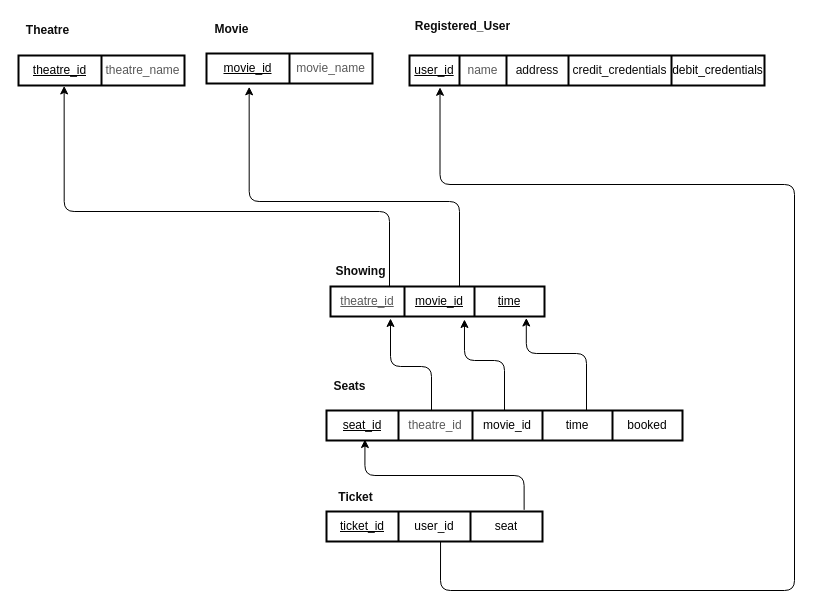
Above: DesignDocuments/Diagrams/DatabaseDiagrams/Relational_Diagram_Theatre_Database.drawio in folkg/movie-ticket-reservation-app (draw.io), before the change. Source tidied: cells renumbered, new cells numbered last; positions are measured from the earlier drawing's top-left corner, leaving out a move shared by most shapes. Both pictures are drawn from the tidied source at 100%, with x=0, y=0 at pixel (17, 17).
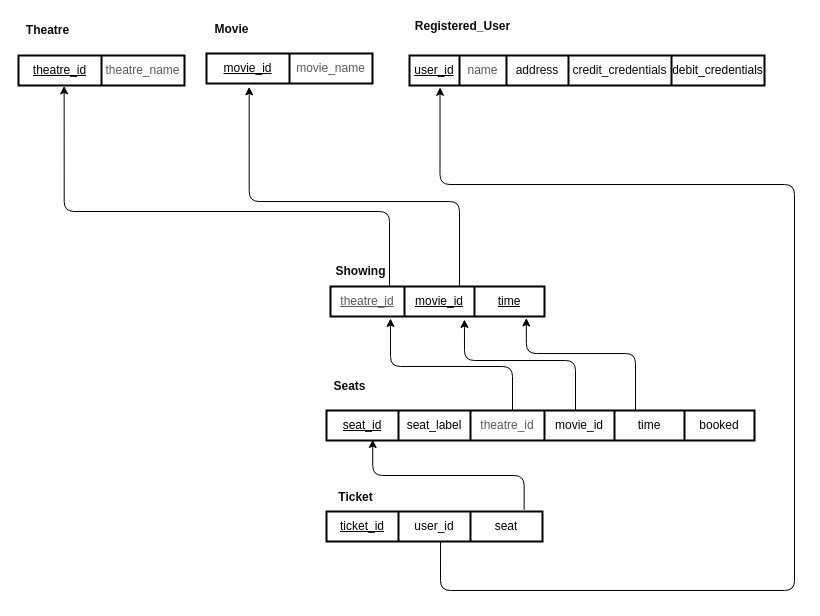
After the change.

Commit message (it also covers changes not shown here):
Complete SQL with demo tables loaded. Modified some diagrams to account for quirks in the SQL.

Unchanged cells that the change refers to:
```xml
<mxCell id="4" style="shape=tableRow;horizontal=0;startSize=0;swimlaneHead=0;swimlaneBody=0;top=0;left=0;bottom=0;right=0;fillColor=none;points=[[0,0.5],[1,0.5]];portConstraint=eastwest;strokeColor=#000000;strokeWidth=2;" parent="3" vertex="1">
  <mxGeometry width="214" height="30" as="geometry" />
</mxCell>
<mxCell id="11" style="shape=tableRow;horizontal=0;startSize=0;swimlaneHead=0;swimlaneBody=0;top=0;left=0;bottom=0;right=0;fillColor=none;points=[[0,0.5],[1,0.5]];portConstraint=eastwest;strokeColor=#000000;strokeWidth=2;" parent="10" vertex="1">
  <mxGeometry width="216" height="30" as="geometry" />
</mxCell>
<mxCell id="39" style="group;" parent="1" vertex="1">
  <mxGeometry x="309" y="360" width="286" height="63" as="geometry" />
</mxCell>
```

Change to the diagram source:
```diff
@@
     <mxCell id="42" style="shape=table;html=1;whiteSpace=wrap;startSize=0;childLayout=tableLayout;strokeColor=#000000;strokeWidth=2;fillColor=none;fontStyle=0;" parent="39" vertex="1">
-      <mxGeometry y="33" width="356" height="30" as="geometry" />
+      <mxGeometry y="33" width="428" height="30" as="geometry" />
     </mxCell>
     <mxCell id="43" style="shape=tableRow;horizontal=0;startSize=0;swimlaneHead=0;swimlaneBody=0;top=0;left=0;bottom=0;right=0;fillColor=none;points=[[0,0.5],[1,0.5]];portConstraint=eastwest;strokeColor=#000000;strokeWidth=2;fontStyle=0;" parent="42" vertex="1">
-      <mxGeometry width="356" height="30" as="geometry" />
+      <mxGeometry width="428" height="30" as="geometry" />
     </mxCell>
@@
+    <mxCell id="53" value="&lt;font color=&quot;#030303&quot;&gt;seat_label&lt;/font&gt;" style="shape=partialRectangle;html=1;whiteSpace=wrap;fillColor=none;top=0;left=0;bottom=0;right=0;overflow=hidden;strokeColor=#000000;strokeWidth=2;fontStyle=0;" parent="43" vertex="1">
+      <mxGeometry x="72" width="72" height="30" as="geometry" />
+    </mxCell>
     <mxCell id="45" value="&lt;font color=&quot;#595959&quot;&gt;theatre_id&lt;/font&gt;" style="shape=partialRectangle;html=1;whiteSpace=wrap;fillColor=none;top=0;left=0;bottom=0;right=0;overflow=hidden;strokeColor=#000000;strokeWidth=2;fontStyle=0;" parent="43" vertex="1">
-      <mxGeometry x="72" width="74" height="30" as="geometry" />
+      <mxGeometry x="144" width="74" height="30" as="geometry" />
     </mxCell>
     <mxCell id="46" value="&lt;font color=&quot;#030303&quot;&gt;movie_id&lt;/font&gt;" style="shape=partialRectangle;html=1;whiteSpace=wrap;fillColor=none;top=0;left=0;bottom=0;right=0;overflow=hidden;strokeColor=#000000;strokeWidth=2;fontStyle=0;" parent="43" vertex="1">
-      <mxGeometry x="146" width="70" height="30" as="geometry" />
+      <mxGeometry x="218" width="70" height="30" as="geometry" />
     </mxCell>
     <mxCell id="47" value="&lt;font color=&quot;#000000&quot;&gt;time&lt;/font&gt;" style="shape=partialRectangle;html=1;whiteSpace=wrap;fillColor=none;top=0;left=0;bottom=0;right=0;overflow=hidden;strokeColor=#000000;strokeWidth=2;fontStyle=0;" parent="43" vertex="1">
-      <mxGeometry x="216" width="70" height="30" as="geometry" />
+      <mxGeometry x="288" width="70" height="30" as="geometry" />
     </mxCell>
     <mxCell id="48" value="&lt;font color=&quot;#030303&quot;&gt;booked&lt;/font&gt;" style="shape=partialRectangle;html=1;whiteSpace=wrap;fillColor=none;top=0;left=0;bottom=0;right=0;overflow=hidden;strokeColor=#000000;strokeWidth=2;fontStyle=0;" parent="43" vertex="1">
-      <mxGeometry x="286" width="70" height="30" as="geometry" />
+      <mxGeometry x="358" width="70" height="30" as="geometry" />
     </mxCell>
     <mxCell id="49" style="edgeStyle=orthogonalEdgeStyle;html=1;entryX=0.108;entryY=0.967;entryDx=0;entryDy=0;entryPerimeter=0;fontColor=#030303;strokeColor=#000000;exitX=0.915;exitY=-0.055;exitDx=0;exitDy=0;exitPerimeter=0;" parent="1" edge="1" source="11" target="43">
       <mxGeometry relative="1" as="geometry">
         <Array as="points">
           <mxPoint x="507" y="458" />
-          <mxPoint x="347" y="458" />
+          <mxPoint x="355" y="458" />
         </Array>
       </mxGeometry>
     </mxCell>
     <mxCell id="50" style="edgeStyle=orthogonalEdgeStyle;html=1;fontColor=#030303;strokeColor=#000000;" parent="1" edge="1" source="42">
       <mxGeometry relative="1" as="geometry">
         <mxPoint x="373" y="301" as="targetPoint" />
         <Array as="points">
-          <mxPoint x="414" y="349" />
+          <mxPoint x="495" y="349" />
           <mxPoint x="373" y="349" />
         </Array>
       </mxGeometry>
     </mxCell>
     <mxCell id="51" style="edgeStyle=orthogonalEdgeStyle;html=1;fontColor=#030303;strokeColor=#000000;entryX=0.626;entryY=1.1;entryDx=0;entryDy=0;entryPerimeter=0;" parent="1" edge="1" source="42" target="4">
       <mxGeometry relative="1" as="geometry">
         <Array as="points">
-          <mxPoint x="487" y="343" />
+          <mxPoint x="558" y="343" />
           <mxPoint x="447" y="343" />
         </Array>
       </mxGeometry>
     </mxCell>
     <mxCell id="52" style="edgeStyle=orthogonalEdgeStyle;html=1;fontColor=#030303;strokeColor=#000000;entryX=0.915;entryY=1.05;entryDx=0;entryDy=0;entryPerimeter=0;" parent="1" edge="1" source="42" target="4">
       <mxGeometry relative="1" as="geometry">
         <Array as="points">
-          <mxPoint x="569" y="336" />
+          <mxPoint x="618" y="336" />
           <mxPoint x="509" y="336" />
         </Array>
       </mxGeometry>
     </mxCell>
```
